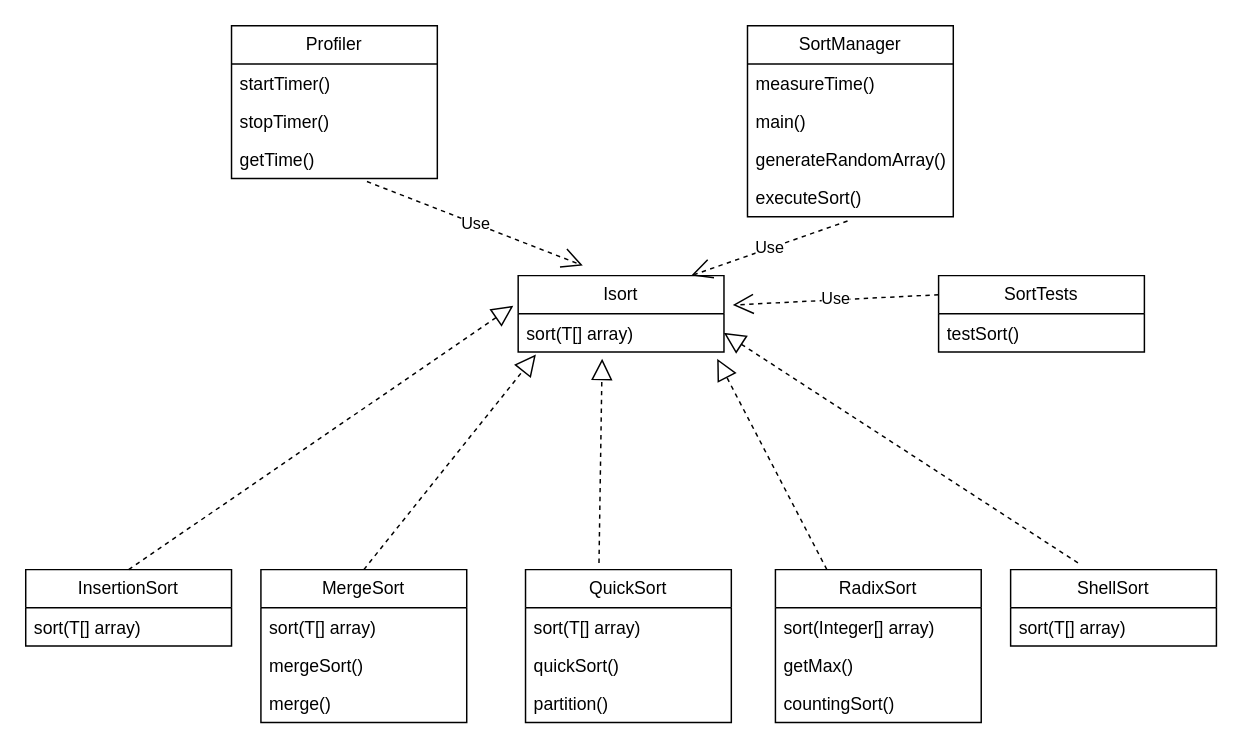
Before: UML HDT3.drawio in JAVIERCLO/Hoja-De-Trabajo3, a draw.io diagram. Source tidied: cells renumbered, new cells numbered last; positions are measured from the earlier drawing's top-left corner, leaving out a move shared by most shapes. Both pictures are drawn from the tidied source at 147%, with x=0, y=0 at pixel (25, 25).
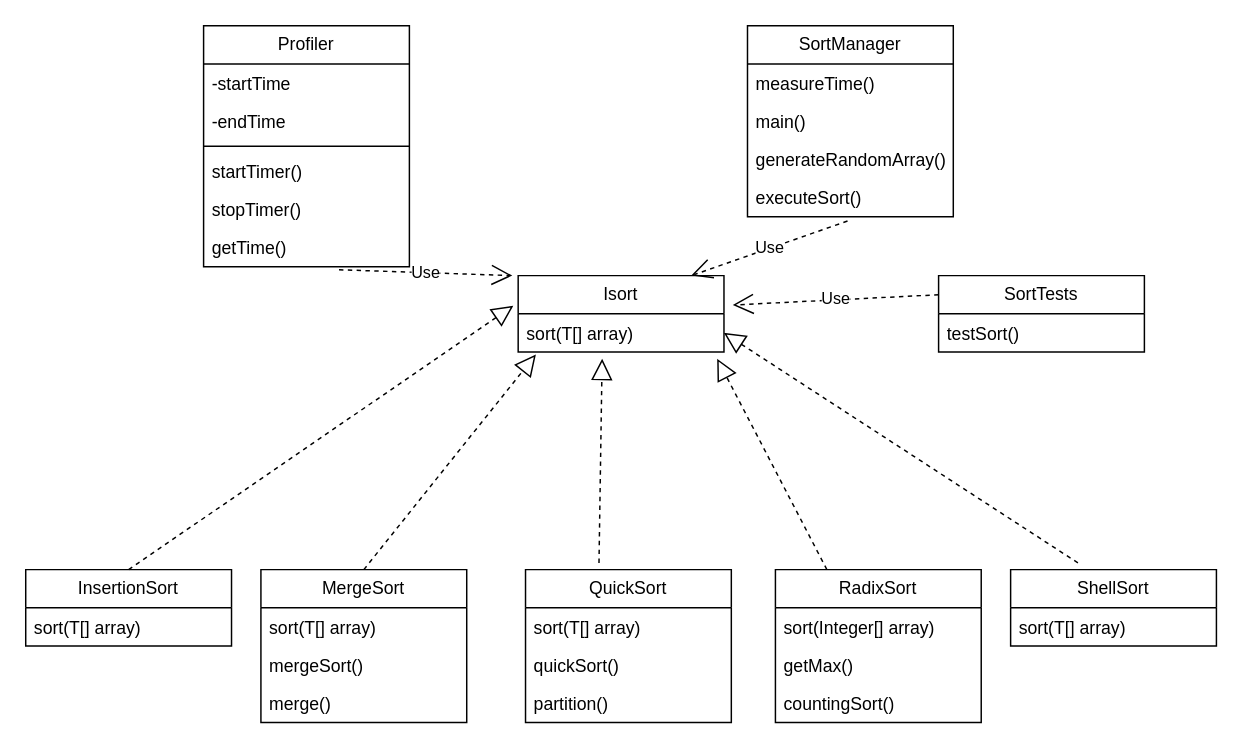
The same page after the edit.

Commit message (it also covers changes not shown here):
Implementacion de algoritmos de Merge, QuickSort y shellSort, medicion de tiempo con Profiler, Instancias y uso de los algoritmos y modificacion en el UML

Unchanged cells that the change refers to:
```xml
<mxCell id="2" value="Isort" style="swimlane;fontStyle=0;horizontal=1;startSize=26;fillColor=none;whiteSpace=wrap;html=1;" parent="1" vertex="1">
  <mxGeometry x="335" y="170" width="140" height="52" as="geometry" />
</mxCell>
```

Diff of the diagram source:
```diff
@@
     <mxCell id="25" value="Profiler" style="swimlane;fontStyle=0;horizontal=1;startSize=26;fillColor=none;whiteSpace=wrap;html=1;" parent="1" vertex="1">
-      <mxGeometry x="140" width="140" height="104" as="geometry" />
+      <mxGeometry x="121" width="140" height="164" as="geometry" />
     </mxCell>
+    <mxCell id="39" value="-startTime" style="text;strokeColor=none;fillColor=none;align=left;verticalAlign=top;spacingLeft=4;spacingRight=4;overflow=hidden;whiteSpace=wrap;html=1;" parent="25" vertex="1">
+      <mxGeometry y="26" width="140" height="26" as="geometry" />
+    </mxCell>
+    <mxCell id="40" value="-endTime" style="text;strokeColor=none;fillColor=none;align=left;verticalAlign=top;spacingLeft=4;spacingRight=4;overflow=hidden;whiteSpace=wrap;html=1;" parent="25" vertex="1">
+      <mxGeometry y="52" width="140" height="26" as="geometry" />
+    </mxCell>
+    <mxCell id="41" style="line;strokeWidth=1;fillColor=none;align=left;verticalAlign=middle;spacingTop=-1;spacingLeft=3;spacingRight=3;labelPosition=right;strokeColor=inherit;" parent="25" vertex="1">
+      <mxGeometry y="78" width="140" height="8" as="geometry" />
+    </mxCell>
     <mxCell id="26" value="startTimer()" style="text;strokeColor=none;fillColor=none;align=left;verticalAlign=top;spacingLeft=4;spacingRight=4;overflow=hidden;whiteSpace=wrap;html=1;" parent="25" vertex="1">
-      <mxGeometry y="26" width="140" height="26" as="geometry" />
+      <mxGeometry y="86" width="140" height="26" as="geometry" />
     </mxCell>
     <mxCell id="27" value="stopTimer()" style="text;strokeColor=none;fillColor=none;align=left;verticalAlign=top;spacingLeft=4;spacingRight=4;overflow=hidden;whiteSpace=wrap;html=1;" parent="25" vertex="1">
-      <mxGeometry y="52" width="140" height="26" as="geometry" />
+      <mxGeometry y="112" width="140" height="26" as="geometry" />
     </mxCell>
     <mxCell id="28" value="getTime()" style="text;strokeColor=none;fillColor=none;align=left;verticalAlign=top;spacingLeft=4;spacingRight=4;overflow=hidden;points=[[0,0.5],[1,0.5]];portConstraint=eastwest;whiteSpace=wrap;html=1;" parent="25" vertex="1">
-      <mxGeometry y="78" width="140" height="26" as="geometry" />
+      <mxGeometry y="138" width="140" height="26" as="geometry" />
     </mxCell>
@@
-    <mxCell id="35" value="Use" style="endArrow=open;endSize=12;dashed=1;html=1;rounded=0;exitX=0.658;exitY=1.077;exitDx=0;exitDy=0;exitPerimeter=0;entryX=0.314;entryY=-0.132;entryDx=0;entryDy=0;entryPerimeter=0;" parent="1" edge="1" source="28" target="2">
-      <mxGeometry relative="1" as="geometry" />
+    <mxCell id="35" value="Use" style="endArrow=open;endSize=12;dashed=1;html=1;rounded=0;exitX=0.658;exitY=1.077;exitDx=0;exitDy=0;exitPerimeter=0;" parent="1" edge="1" source="28">
+      <mxGeometry relative="1" as="geometry">
+        <mxPoint x="331" y="170" as="targetPoint" />
+      </mxGeometry>
     </mxCell>
```
